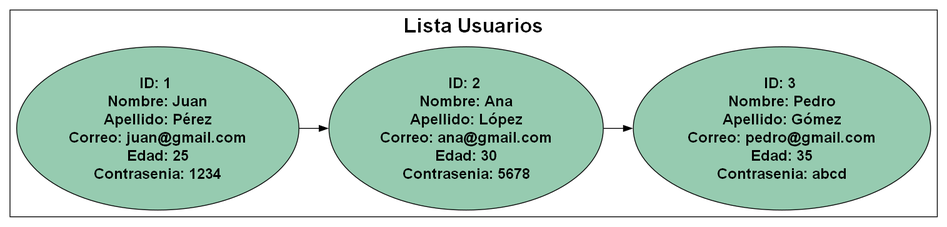
Before: Fase2/Reportes/usuarios.png, a diagram exported from Graphviz (Saloj17/-EDD-1S2025_201900081). Its source is kept beside it as Fase2/Reportes/usuarios.dot.
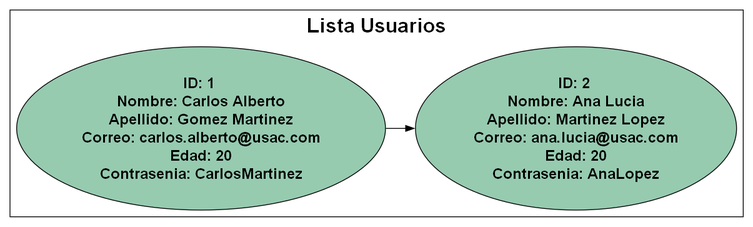
Above is the later version.

Diff of the diagram source:
```diff
@@ -6,10 +6,8 @@
         lalbelloc = "t";
         fontsize = 24;
         fontname = "Helvetica-Bold";
-        n0 [label = "ID: 1 \n Nombre: Juan \n Apellido: Pérez \n Correo: juan@gmail.com \n Edad: 25 \n Contrasenia: 1234 "  style="filled" fillcolor="#96cbb0" fontname="Helvetica-Bold" fontsize = 18];
-        n1 [label = "ID: 2 \n Nombre: Ana \n Apellido: López \n Correo: ana@gmail.com \n Edad: 30 \n Contrasenia: 5678 "  style="filled" fillcolor="#96cbb0" fontname="Helvetica-Bold" fontsize = 18];
-        n2 [label = "ID: 3 \n Nombre: Pedro \n Apellido: Gómez \n Correo: pedro@gmail.com \n Edad: 35 \n Contrasenia: abcd "  style="filled" fillcolor="#96cbb0" fontname="Helvetica-Bold" fontsize = 18];
+        n0 [label = "ID: 1 \n Nombre: Carlos Alberto \n Apellido: Gomez Martinez \n Correo: carlos.alberto@usac.com \n Edad: 20 \n Contrasenia: CarlosMartinez "  style="filled" fillcolor="#96cbb0" fontname="Helvetica-Bold" fontsize = 18];
+        n1 [label = "ID: 2 \n Nombre: Ana Lucia \n Apellido: Martinez Lopez \n Correo: ana.lucia@usac.com \n Edad: 20 \n Contrasenia: AnaLopez "  style="filled" fillcolor="#96cbb0" fontname="Helvetica-Bold" fontsize = 18];
         n0 -> n1;
-        n1 -> n2;
     }
 }
```
